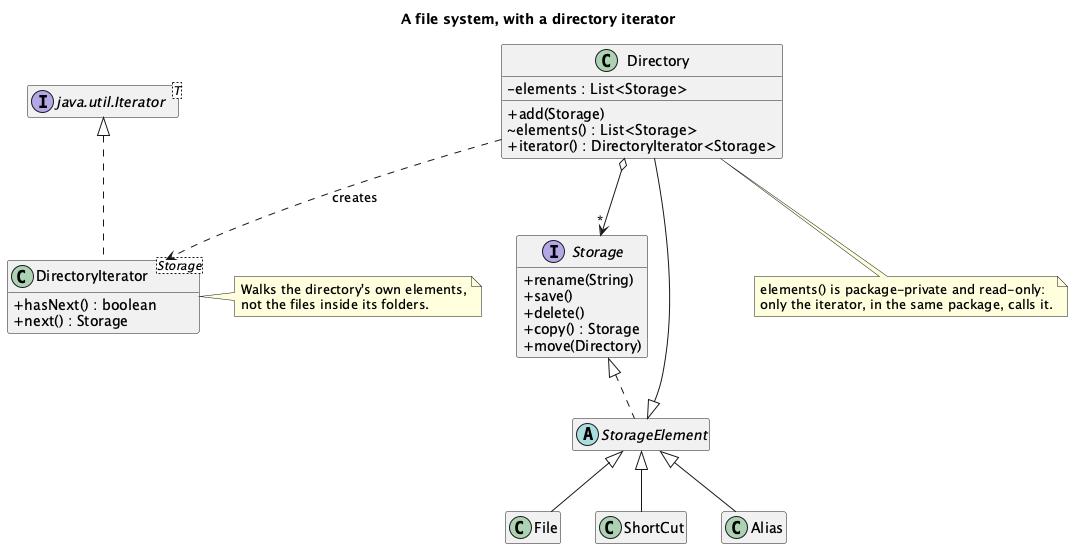
Above: src/main/java/dev/kaldiroglu/dp/behavioral/iterator/fileSystem/uml/Iterator - File System - Class Diagram.png in kaldiroglu/DesignPatternsWithJava (PlantUML), before the change. Its source is kept beside it as src/main/java/dev/kaldiroglu/dp/behavioral/iterator/fileSystem/uml/Iterator - File System - Class Diagram.puml.
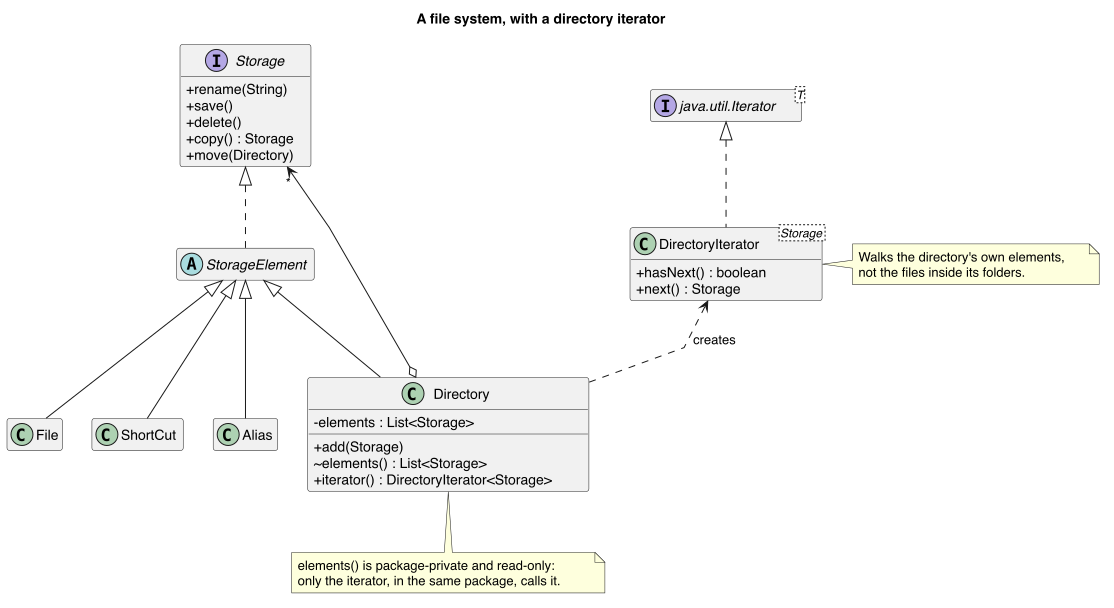
Later version of the same file.

Diff of the diagram source:
```diff
@@ -1,4 +1,13 @@
 @startuml "Iterator - File System - Class Diagram"
+skinparam linetype polyline
+skinparam nodesep 30
+skinparam class {
+  BackgroundColor<<spacer>> transparent
+  BorderColor<<spacer>> transparent
+  FontColor<<spacer>> transparent
+}
+hide <<spacer>> stereotype
+hide <<spacer>> circle
 skinparam classAttributeIconSize 0
 hide empty members
 title A file system, with a directory iterator
@@ -29,11 +38,11 @@
 Storage <|.. StorageElement
 StorageElement <|-- File
 StorageElement <|-- ShortCut
+class " " as Spacer1 <<spacer>>
+StorageElement -[hidden]- Spacer1
 StorageElement <|-- Alias
 StorageElement <|-- Directory
-Directory o--> "*" Storage
 JI <|.. DI
-Directory ..> DI : creates
 
 note right of DI
   Walks the directory's own elements,
@@ -43,4 +52,6 @@
   elements() is package-private and read-only:
   only the iterator, in the same package, calls it.
 end note
+Directory o-[norank]-> "*" Storage
+Directory .[norank].> DI : creates
 @enduml
```
